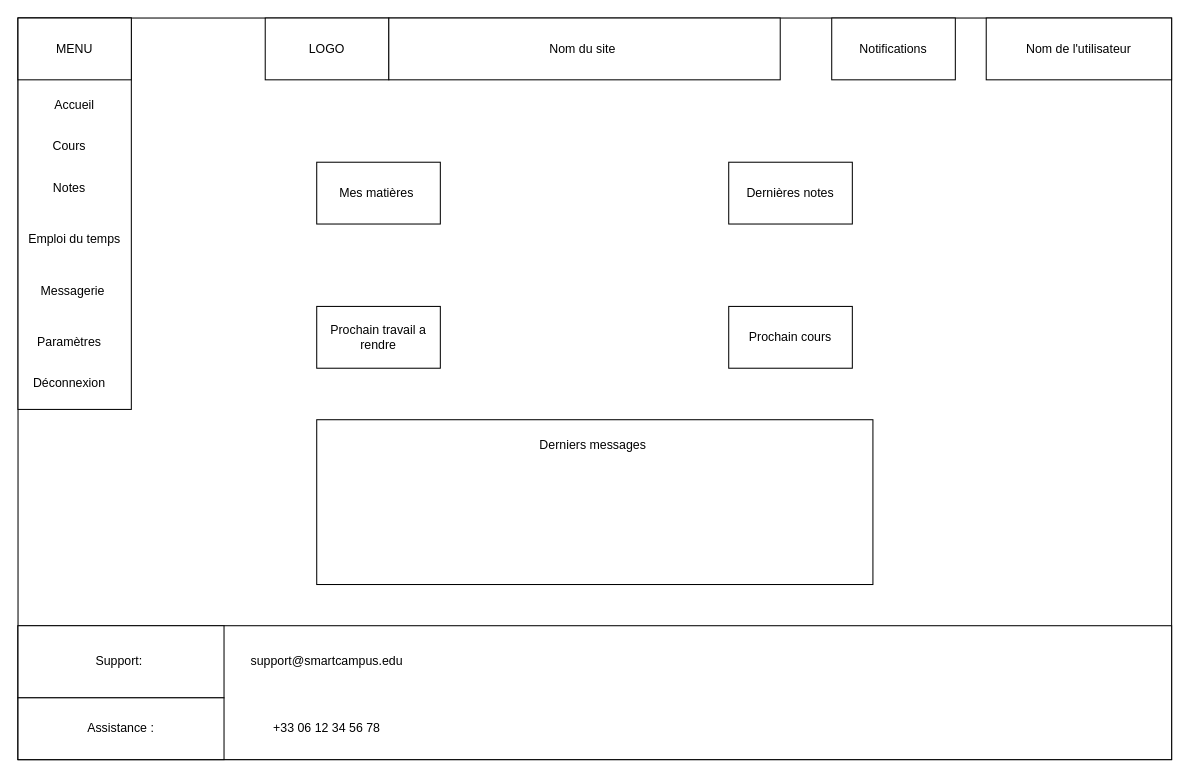
Earlier version of the draw.io diagram docs/Wireframes/menu principal.drawio (TanguyC92/SmartCampus_Ing2_Gr9_Equipe11). Source tidied: cells renumbered, new cells numbered last; positions are measured from the earlier drawing's top-left corner, leaving out a move shared by most shapes. Both pictures are drawn from the tidied source at 103%, with x=0, y=0 at pixel (18, 18).
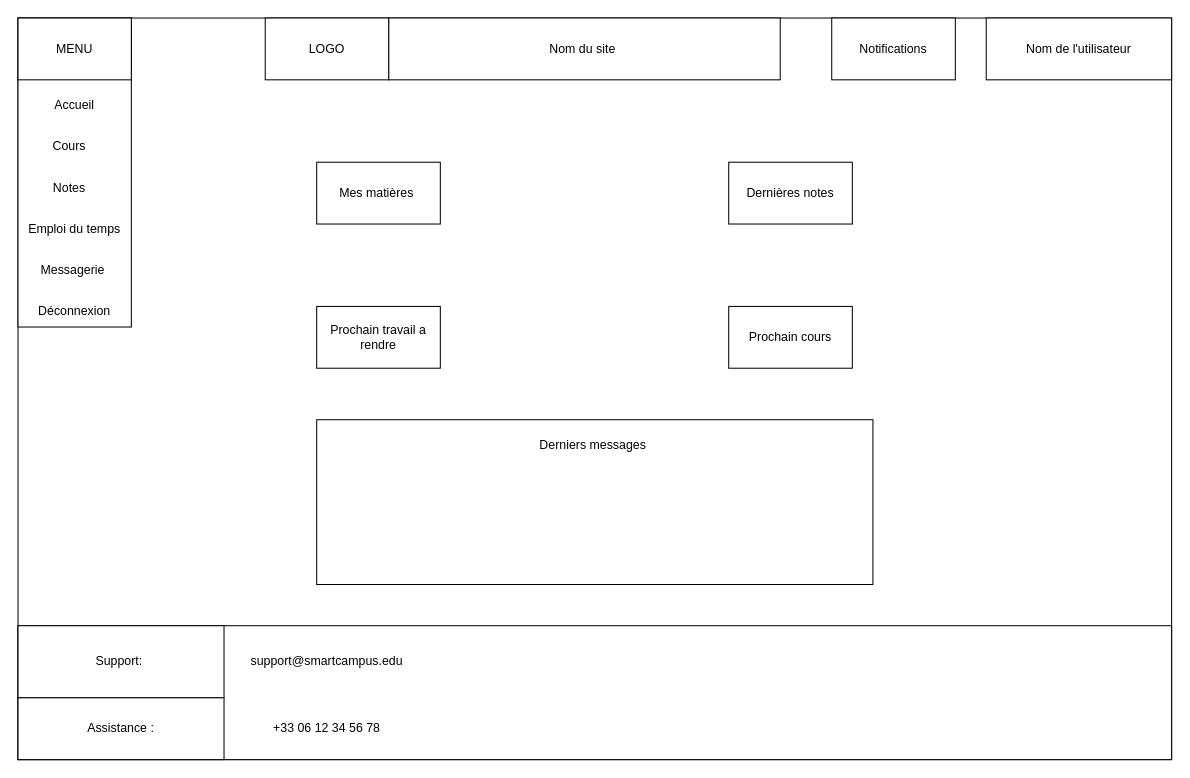
After the change.

Change to the diagram source:
```diff
@@
     <mxCell id="5" style="rounded=0;whiteSpace=wrap;html=1;" parent="1" vertex="1">
-      <mxGeometry width="110" height="380" as="geometry" />
+      <mxGeometry width="110" height="300" as="geometry" />
     </mxCell>
     <mxCell id="6" value="Messagerie&amp;nbsp;" style="text;html=1;whiteSpace=wrap;strokeColor=none;fillColor=none;align=center;verticalAlign=middle;rounded=0;" parent="1" vertex="1">
-      <mxGeometry x="25" y="250" width="60" height="30" as="geometry" />
+      <mxGeometry x="25" y="230" width="60" height="30" as="geometry" />
     </mxCell>
@@
     <mxCell id="12" value="Emploi du temps" style="text;html=1;whiteSpace=wrap;strokeColor=none;fillColor=none;align=center;verticalAlign=middle;rounded=0;" parent="1" vertex="1">
-      <mxGeometry x="5" y="200" width="100" height="30" as="geometry" />
+      <mxGeometry x="5" y="190" width="100" height="30" as="geometry" />
     </mxCell>
-    <mxCell id="13" value="Paramètres" style="text;html=1;whiteSpace=wrap;strokeColor=none;fillColor=none;align=center;verticalAlign=middle;rounded=0;" parent="1" vertex="1">
-      <mxGeometry x="20" y="300" width="60" height="30" as="geometry" />
-    </mxCell>
     <mxCell id="14" value="Déconnexion" style="text;html=1;whiteSpace=wrap;strokeColor=none;fillColor=none;align=center;verticalAlign=middle;rounded=0;" parent="1" vertex="1">
-      <mxGeometry x="20" y="340" width="60" height="30" as="geometry" />
+      <mxGeometry x="25" y="270" width="60" height="30" as="geometry" />
     </mxCell>
```
